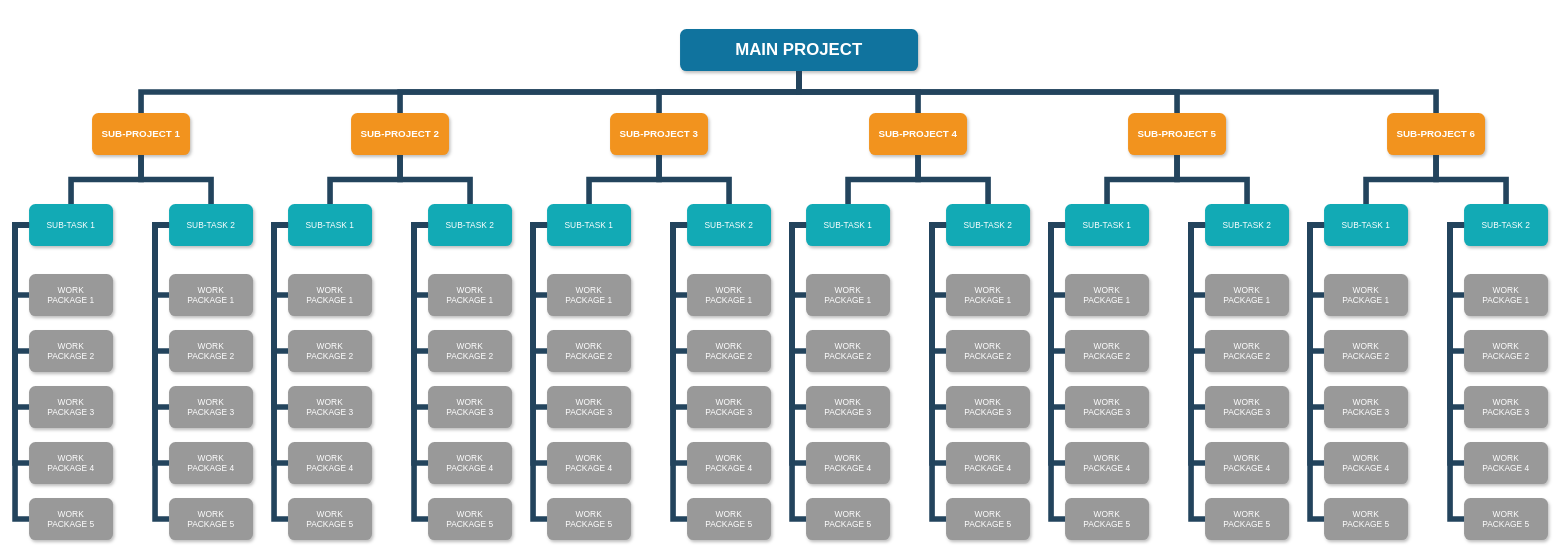
Earlier version of the draw.io diagram DBMS_System_Fuctions.drawio (tp12356twNccu/Database_NCCU). Source tidied: cells renumbered, new cells numbered last; positions are measured from the earlier drawing's top-left corner, leaving out a move shared by most shapes. Both pictures are drawn from the tidied source at 70%, with x=0, y=0 at pixel (15, 29).
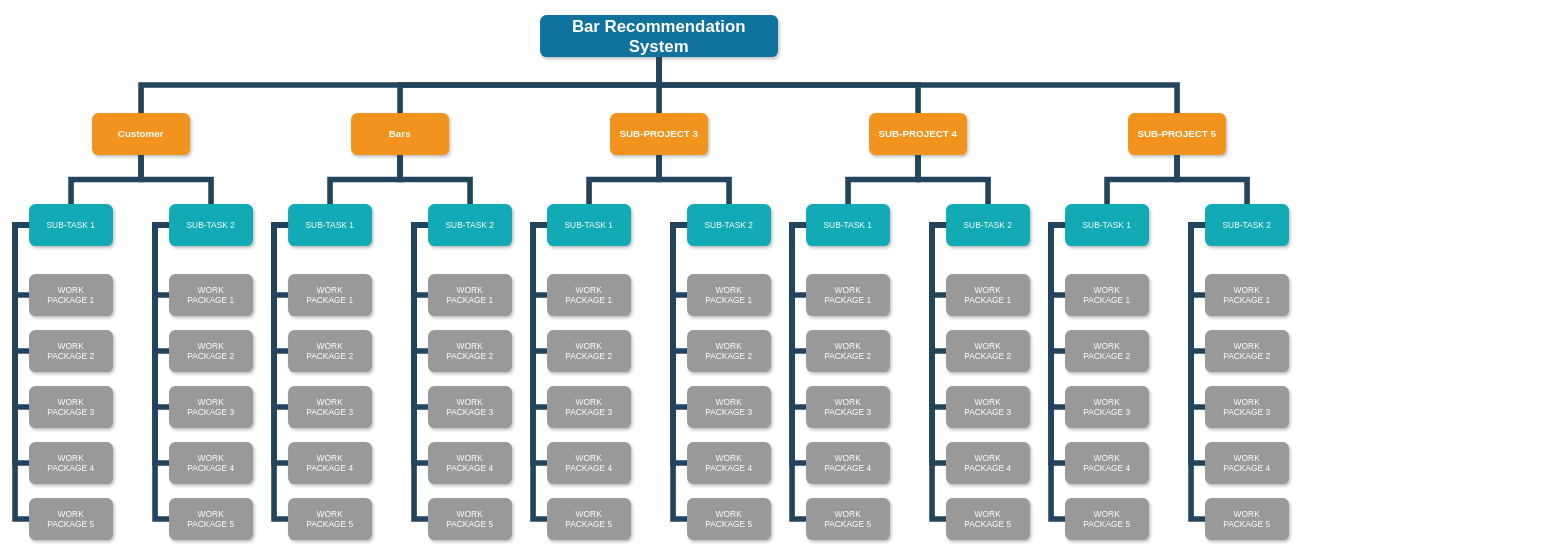
After the change.

Change to the diagram source:
```diff
@@
-    <mxCell id="2" value="MAIN PROJECT" style="whiteSpace=wrap;rounded=1;shadow=1;fillColor=#10739E;strokeColor=none;fontColor=#FFFFFF;fontStyle=1;fontSize=24;" parent="1" vertex="1">
-      <mxGeometry x="950" width="340" height="60" as="geometry" />
+    <mxCell id="2" value="Bar Recommendation System" style="whiteSpace=wrap;rounded=1;shadow=1;fillColor=#10739E;strokeColor=none;fontColor=#FFFFFF;fontStyle=1;fontSize=24;" parent="1" vertex="1">
+      <mxGeometry x="750" y="-20" width="340" height="60" as="geometry" />
     </mxCell>
-    <mxCell id="3" value="SUB-PROJECT 1" style="whiteSpace=wrap;rounded=1;fillColor=#F2931E;strokeColor=none;shadow=1;fontColor=#FFFFFF;fontStyle=1;fontSize=14;" parent="1" vertex="1">
+    <mxCell id="3" value="Customer" style="whiteSpace=wrap;rounded=1;fillColor=#F2931E;strokeColor=none;shadow=1;fontColor=#FFFFFF;fontStyle=1;fontSize=14;" parent="1" vertex="1">
       <mxGeometry x="110" y="120" width="140" height="60" as="geometry" />
     </mxCell>
-    <mxCell id="4" value="SUB-PROJECT 2" style="whiteSpace=wrap;rounded=1;fillColor=#F2931E;strokeColor=none;shadow=1;fontColor=#FFFFFF;fontStyle=1;fontSize=14;" parent="1" vertex="1">
+    <mxCell id="4" value="Bars" style="whiteSpace=wrap;rounded=1;fillColor=#F2931E;strokeColor=none;shadow=1;fontColor=#FFFFFF;fontStyle=1;fontSize=14;" parent="1" vertex="1">
       <mxGeometry x="480" y="120" width="140" height="60" as="geometry" />
     </mxCell>
-    <mxCell id="5" value="SUB-PROJECT 6" style="whiteSpace=wrap;rounded=1;fillColor=#F2931E;strokeColor=none;shadow=1;fontColor=#FFFFFF;fontStyle=1;fontSize=14;" parent="1" vertex="1">
-      <mxGeometry x="1960" y="120" width="140" height="60" as="geometry" />
-    </mxCell>
@@
-    <mxCell id="123" value="SUB-TASK 1" style="whiteSpace=wrap;rounded=1;fillColor=#12AAB5;strokeColor=none;shadow=1;fontColor=#FFFFFF;" parent="1" vertex="1">
-      <mxGeometry x="1870" y="250" width="120" height="60" as="geometry" />
-    </mxCell>
-    <mxCell id="124" value="SUB-TASK 2" style="whiteSpace=wrap;rounded=1;fillColor=#12AAB5;strokeColor=none;shadow=1;fontColor=#FFFFFF;" parent="1" vertex="1">
-      <mxGeometry x="2070" y="250" width="120" height="60" as="geometry" />
-    </mxCell>
-    <mxCell id="125" value="WORK&#10;PACKAGE 1" style="whiteSpace=wrap;rounded=1;fillColor=#999999;strokeColor=none;shadow=1;fontColor=#FFFFFF;fontStyle=0;" parent="1" vertex="1">
-      <mxGeometry x="1870" y="350" width="120" height="60" as="geometry" />
-    </mxCell>
-    <mxCell id="126" value="WORK&#10;PACKAGE 2" style="whiteSpace=wrap;rounded=1;fillColor=#999999;strokeColor=none;shadow=1;fontColor=#FFFFFF;fontStyle=0;" parent="1" vertex="1">
-      <mxGeometry x="1870" y="430" width="120" height="60" as="geometry" />
-    </mxCell>
-    <mxCell id="127" value="WORK&#10;PACKAGE 3" style="whiteSpace=wrap;rounded=1;fillColor=#999999;strokeColor=none;shadow=1;fontColor=#FFFFFF;fontStyle=0;" parent="1" vertex="1">
-      <mxGeometry x="1870" y="510" width="120" height="60" as="geometry" />
-    </mxCell>
-    <mxCell id="128" value="WORK&#10;PACKAGE 4" style="whiteSpace=wrap;rounded=1;fillColor=#999999;strokeColor=none;shadow=1;fontColor=#FFFFFF;fontStyle=0;" parent="1" vertex="1">
-      <mxGeometry x="1870" y="590" width="120" height="60" as="geometry" />
-    </mxCell>
-    <mxCell id="129" value="WORK&#10;PACKAGE 5" style="whiteSpace=wrap;rounded=1;fillColor=#999999;strokeColor=none;shadow=1;fontColor=#FFFFFF;fontStyle=0;" parent="1" vertex="1">
-      <mxGeometry x="1870" y="670" width="120" height="60" as="geometry" />
-    </mxCell>
-    <mxCell id="130" value="WORK&#10;PACKAGE 1" style="whiteSpace=wrap;rounded=1;fillColor=#999999;strokeColor=none;shadow=1;fontColor=#FFFFFF;fontStyle=0;" parent="1" vertex="1">
-      <mxGeometry x="2070" y="350" width="120" height="60" as="geometry" />
-    </mxCell>
-    <mxCell id="131" value="WORK&#10;PACKAGE 2" style="whiteSpace=wrap;rounded=1;fillColor=#999999;strokeColor=none;shadow=1;fontColor=#FFFFFF;fontStyle=0;" parent="1" vertex="1">
-      <mxGeometry x="2070" y="430" width="120" height="60" as="geometry" />
-    </mxCell>
-    <mxCell id="132" value="WORK&#10;PACKAGE 3" style="whiteSpace=wrap;rounded=1;fillColor=#999999;strokeColor=none;shadow=1;fontColor=#FFFFFF;fontStyle=0;" parent="1" vertex="1">
-      <mxGeometry x="2070" y="510" width="120" height="60" as="geometry" />
-    </mxCell>
-    <mxCell id="133" value="WORK&#10;PACKAGE 4" style="whiteSpace=wrap;rounded=1;fillColor=#999999;strokeColor=none;shadow=1;fontColor=#FFFFFF;fontStyle=0;" parent="1" vertex="1">
-      <mxGeometry x="2070" y="590" width="120" height="60" as="geometry" />
-    </mxCell>
-    <mxCell id="134" value="WORK&#10;PACKAGE 5" style="whiteSpace=wrap;rounded=1;fillColor=#999999;strokeColor=none;shadow=1;fontColor=#FFFFFF;fontStyle=0;" parent="1" vertex="1">
-      <mxGeometry x="2070" y="670" width="120" height="60" as="geometry" />
-    </mxCell>
-    <mxCell id="135" style="edgeStyle=elbowEdgeStyle;elbow=horizontal;rounded=0;fontColor=#000000;endArrow=none;endFill=0;strokeWidth=8;strokeColor=#23445D;" parent="1" edge="1" source="123" target="125">
-      <mxGeometry relative="1" as="geometry">
-        <Array as="points">
-          <mxPoint x="1850" y="330" />
-        </Array>
-      </mxGeometry>
-    </mxCell>
-    <mxCell id="136" style="edgeStyle=elbowEdgeStyle;elbow=horizontal;rounded=0;fontColor=#000000;endArrow=none;endFill=0;strokeWidth=8;strokeColor=#23445D;" parent="1" edge="1" source="123" target="126">
-      <mxGeometry relative="1" as="geometry">
-        <Array as="points">
-          <mxPoint x="1850" y="370" />
-        </Array>
-      </mxGeometry>
-    </mxCell>
-    <mxCell id="137" style="edgeStyle=elbowEdgeStyle;elbow=horizontal;rounded=0;fontColor=#000000;endArrow=none;endFill=0;strokeWidth=8;strokeColor=#23445D;" parent="1" edge="1" source="123" target="129">
-      <mxGeometry relative="1" as="geometry">
-        <Array as="points">
-          <mxPoint x="1850" y="500" />
-        </Array>
-      </mxGeometry>
-    </mxCell>
-    <mxCell id="138" style="edgeStyle=elbowEdgeStyle;elbow=horizontal;rounded=0;fontColor=#000000;endArrow=none;endFill=0;strokeWidth=8;strokeColor=#23445D;" parent="1" edge="1" source="123" target="128">
-      <mxGeometry relative="1" as="geometry">
-        <Array as="points">
-          <mxPoint x="1850" y="450" />
-        </Array>
-      </mxGeometry>
-    </mxCell>
-    <mxCell id="139" style="edgeStyle=elbowEdgeStyle;elbow=horizontal;rounded=0;fontColor=#000000;endArrow=none;endFill=0;strokeWidth=8;strokeColor=#23445D;" parent="1" edge="1" source="123" target="127">
-      <mxGeometry relative="1" as="geometry">
-        <Array as="points">
-          <mxPoint x="1850" y="420" />
-        </Array>
-      </mxGeometry>
-    </mxCell>
-    <mxCell id="140" style="edgeStyle=elbowEdgeStyle;elbow=horizontal;rounded=0;fontColor=#000000;endArrow=none;endFill=0;strokeWidth=8;strokeColor=#23445D;" parent="1" edge="1" source="124" target="130">
-      <mxGeometry relative="1" as="geometry">
-        <Array as="points">
-          <mxPoint x="2050" y="330" />
-        </Array>
-      </mxGeometry>
-    </mxCell>
-    <mxCell id="141" style="edgeStyle=elbowEdgeStyle;elbow=horizontal;rounded=0;fontColor=#000000;endArrow=none;endFill=0;strokeWidth=8;strokeColor=#23445D;" parent="1" edge="1" source="124" target="131">
-      <mxGeometry relative="1" as="geometry">
-        <Array as="points">
-          <mxPoint x="2050" y="370" />
-        </Array>
-      </mxGeometry>
-    </mxCell>
-    <mxCell id="142" style="edgeStyle=elbowEdgeStyle;elbow=horizontal;rounded=0;fontColor=#000000;endArrow=none;endFill=0;strokeWidth=8;strokeColor=#23445D;" parent="1" edge="1" source="124" target="134">
-      <mxGeometry relative="1" as="geometry">
-        <Array as="points">
-          <mxPoint x="2050" y="490" />
-        </Array>
-      </mxGeometry>
-    </mxCell>
-    <mxCell id="143" style="edgeStyle=elbowEdgeStyle;elbow=horizontal;rounded=0;fontColor=#000000;endArrow=none;endFill=0;strokeWidth=8;strokeColor=#23445D;" parent="1" edge="1" source="124" target="133">
-      <mxGeometry relative="1" as="geometry">
-        <Array as="points">
-          <mxPoint x="2050" y="450" />
-        </Array>
-      </mxGeometry>
-    </mxCell>
-    <mxCell id="144" style="edgeStyle=elbowEdgeStyle;elbow=horizontal;rounded=0;fontColor=#000000;endArrow=none;endFill=0;strokeWidth=8;strokeColor=#23445D;" parent="1" edge="1" source="124" target="132">
-      <mxGeometry relative="1" as="geometry">
-        <Array as="points">
-          <mxPoint x="2050" y="420" />
-        </Array>
-      </mxGeometry>
-    </mxCell>
@@
-    <mxCell id="151" style="edgeStyle=elbowEdgeStyle;elbow=vertical;rounded=0;fontColor=#000000;endArrow=none;endFill=0;strokeWidth=8;strokeColor=#23445D;" parent="1" edge="1" source="5" target="123">
-      <mxGeometry relative="1" as="geometry" />
-    </mxCell>
-    <mxCell id="152" style="edgeStyle=elbowEdgeStyle;elbow=vertical;rounded=0;fontColor=#000000;endArrow=none;endFill=0;strokeWidth=8;strokeColor=#23445D;" parent="1" edge="1" source="5" target="124">
-      <mxGeometry relative="1" as="geometry" />
-    </mxCell>
@@
-    <mxCell id="158" style="edgeStyle=elbowEdgeStyle;elbow=vertical;rounded=0;fontColor=#000000;endArrow=none;endFill=0;strokeWidth=8;strokeColor=#23445D;" parent="1" edge="1" source="2" target="5">
-      <mxGeometry relative="1" as="geometry" />
-    </mxCell>
```
